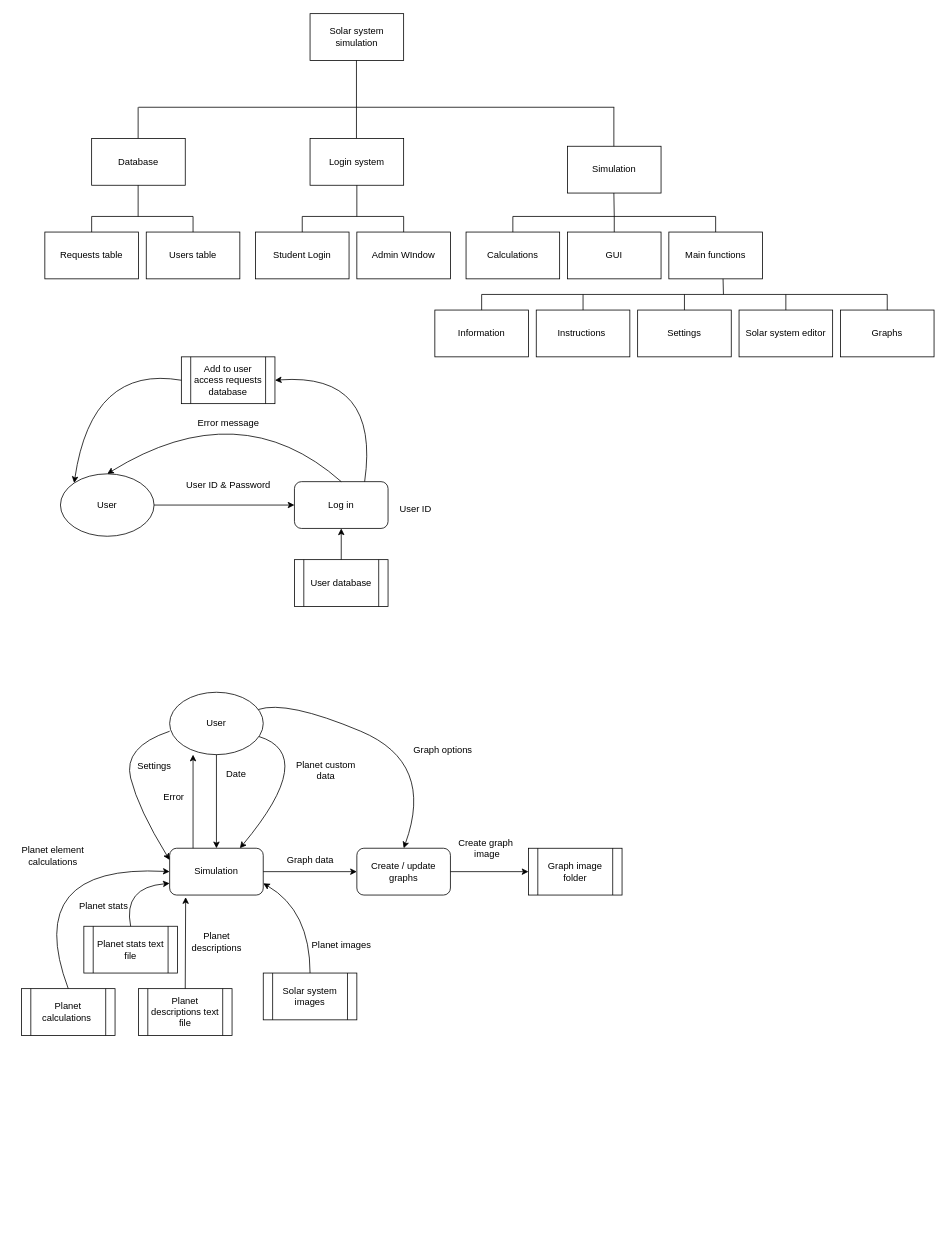
The draw.io diagram Untitled Diagram.drawio in Qaim0/CS_Project1, before the edit. Source tidied: cells renumbered, new cells numbered last; positions are measured from the earlier drawing's top-left corner, leaving out a move shared by most shapes. Both pictures are drawn from the tidied source at 78%, with x=0, y=0 at pixel (13, 13).
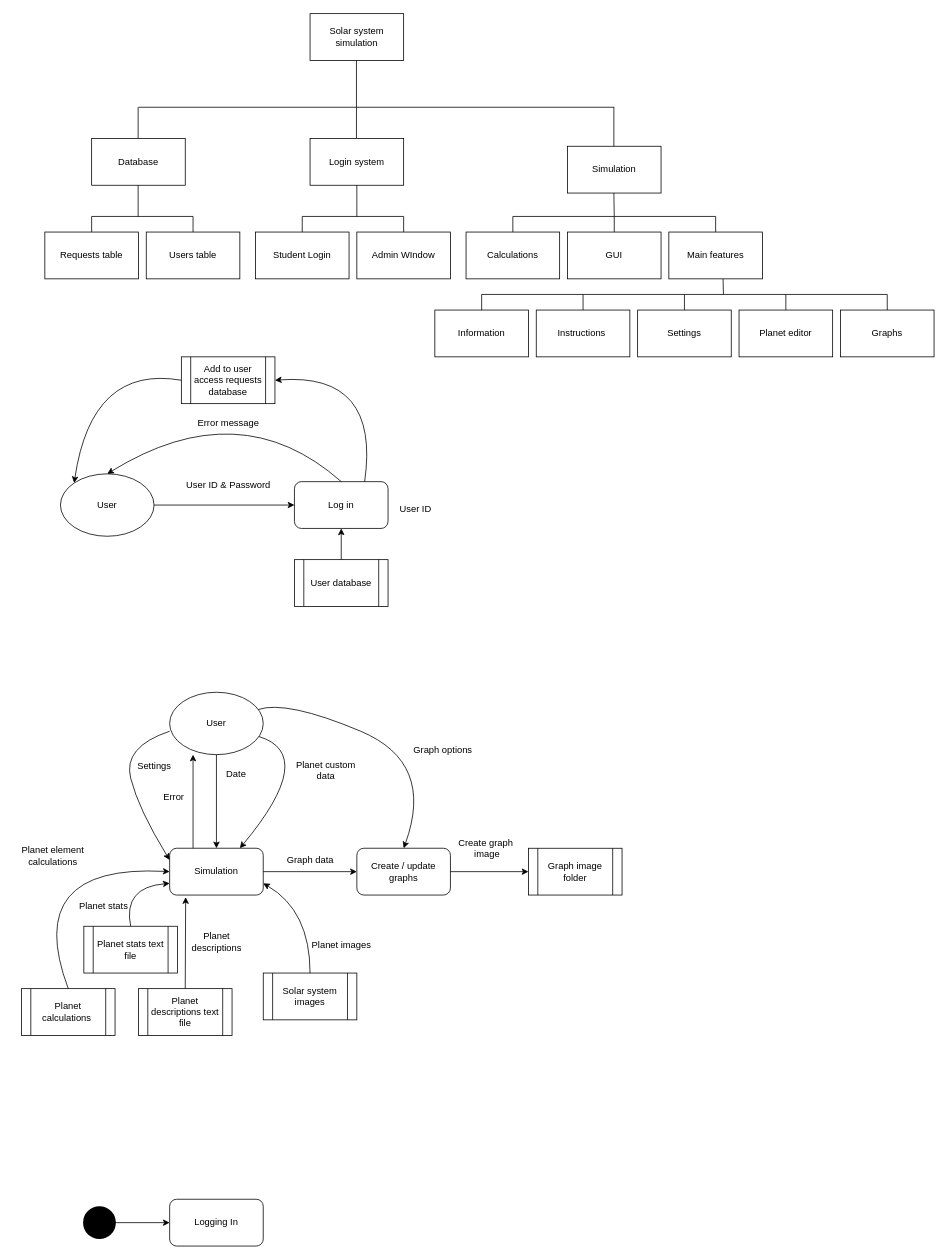
After the change.

What changed in the source:
```diff
@@
-    <mxCell id="10" value="Main functions" style="rounded=0;whiteSpace=wrap;html=1;" parent="1" vertex="1">
+    <mxCell id="10" value="Main features" style="rounded=0;whiteSpace=wrap;html=1;" parent="1" vertex="1">
       <mxGeometry x="840" y="280" width="120" height="60" as="geometry" />
     </mxCell>
@@
-    <mxCell id="31" value="Solar system editor" style="rounded=0;whiteSpace=wrap;html=1;" parent="1" vertex="1">
+    <mxCell id="31" value="Planet editor" style="rounded=0;whiteSpace=wrap;html=1;" parent="1" vertex="1">
       <mxGeometry x="930" y="380" width="120" height="60" as="geometry" />
     </mxCell>
@@
+    <mxCell id="85" style="shape=waypoint;sketch=0;fillStyle=solid;size=42;points=[];fillColor=none;perimeter=centerPerimeter;snapToPoint=1;" parent="1" vertex="1">
+      <mxGeometry x="100" y="1540" width="20" height="20" as="geometry" />
+    </mxCell>
+    <mxCell id="86" style="endArrow=classic;html=1;rounded=0;" parent="1" edge="1" source="85">
+      <mxGeometry relative="1" as="geometry">
+        <mxPoint x="200" y="1550" as="targetPoint" />
+      </mxGeometry>
+    </mxCell>
+    <mxCell id="87" value="Logging In" style="rounded=1;whiteSpace=wrap;html=1;" parent="1" vertex="1">
+      <mxGeometry x="200" y="1520" width="120" height="60" as="geometry" />
+    </mxCell>
```
